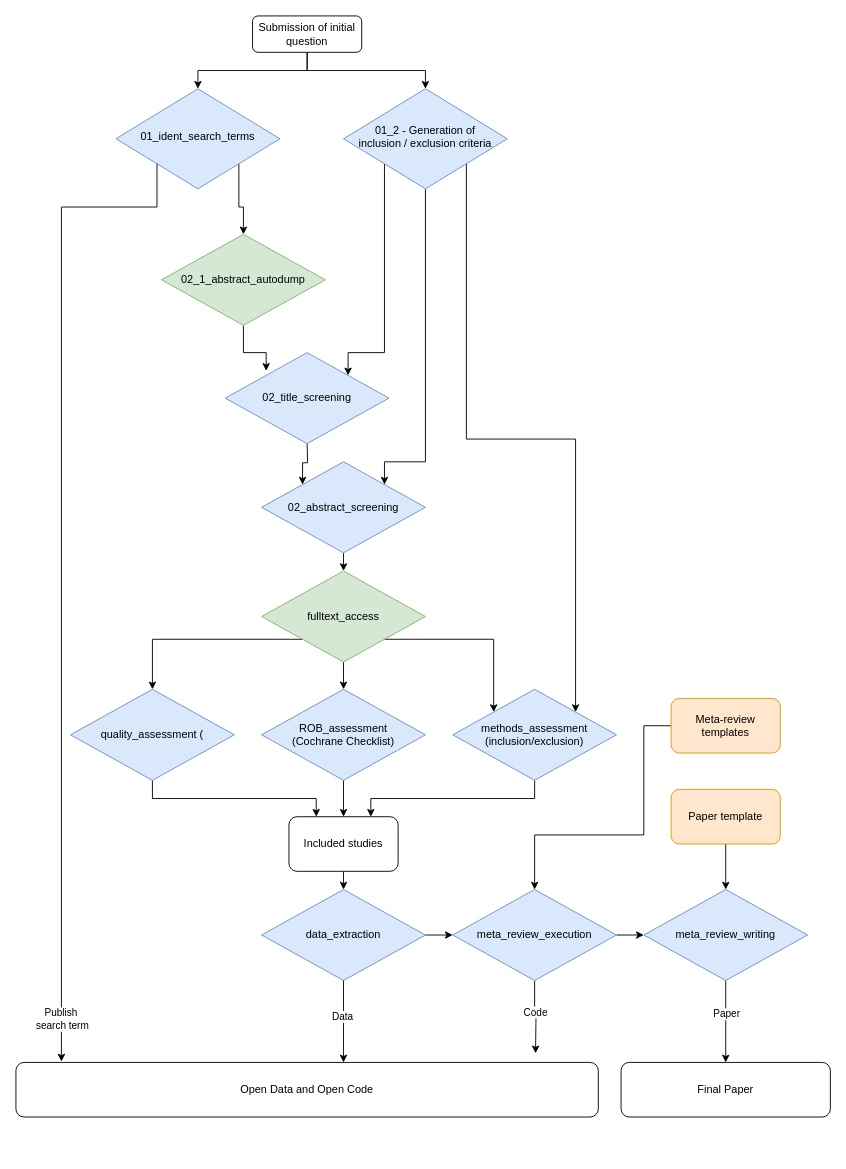
Above: Flowchart.drawio in StudentNOS/MA-LLM (draw.io), before the change. Source tidied: cells renumbered, new cells numbered last; positions are measured from the earlier drawing's top-left corner, leaving out a move shared by most shapes. Both pictures are drawn from the tidied source at 91%, with x=0, y=0 at pixel (15, 15).
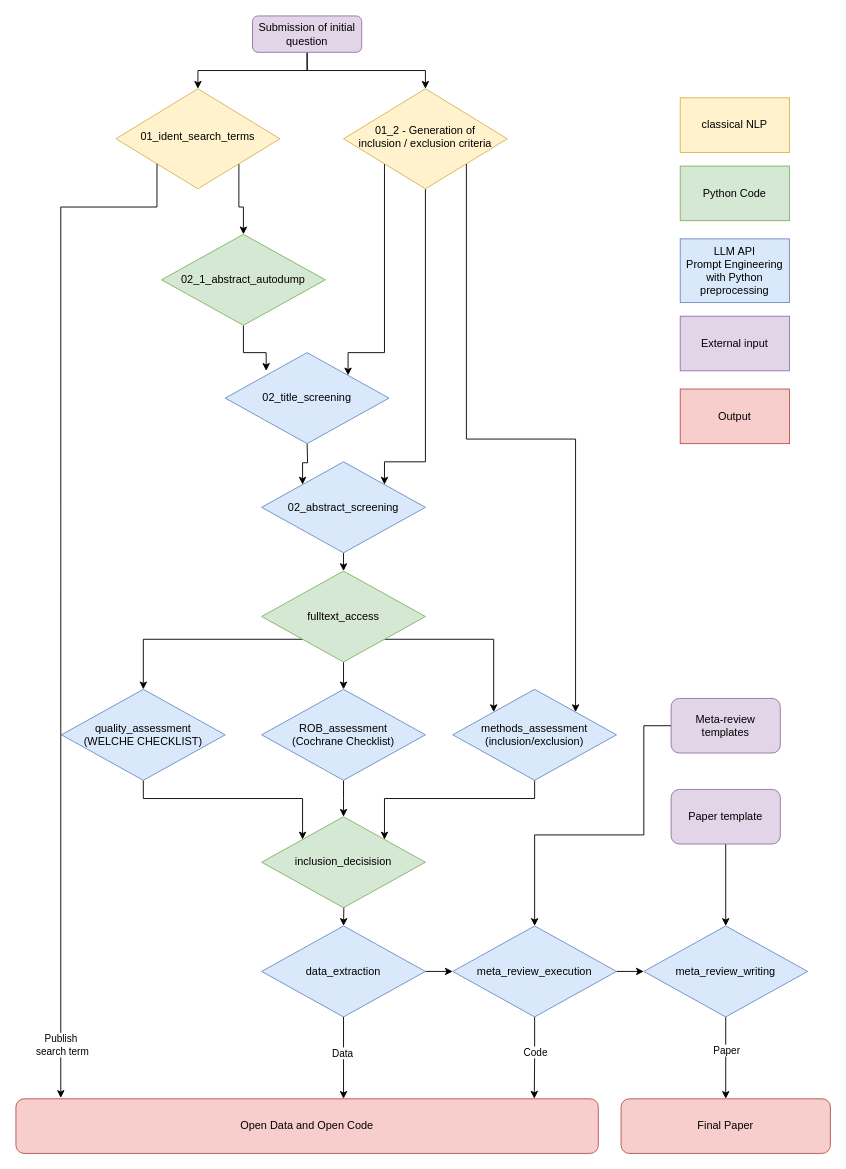
Above is the later version.

Unchanged cells that the change refers to:
```xml
<mxCell id="18" value="ROB_assessment &lt;br&gt;(Cochrane Checklist)" style="rhombus;whiteSpace=wrap;html=1;fillColor=#dae8fc;strokeColor=#6c8ebf;" parent="1" vertex="1">
  <mxGeometry x="270" y="740" width="180" height="100" as="geometry" />
</mxCell>
<mxCell id="26" value="methods_assessment&lt;br&gt;(inclusion/exclusion)" style="rhombus;whiteSpace=wrap;html=1;fillColor=#dae8fc;strokeColor=#6c8ebf;" parent="1" vertex="1">
  <mxGeometry x="480" y="740" width="180" height="100" as="geometry" />
</mxCell>
```

Change to the diagram source:
```diff
@@
-    <mxCell id="4" value="Submission of initial question" style="rounded=1;whiteSpace=wrap;html=1;fontSize=12;glass=0;strokeWidth=1;shadow=0;" parent="1" vertex="1">
+    <mxCell id="4" value="Submission of initial question" style="rounded=1;whiteSpace=wrap;html=1;fontSize=12;glass=0;strokeWidth=1;shadow=0;fillColor=#e1d5e7;strokeColor=#9673a6;" parent="1" vertex="1">
       <mxGeometry x="260" width="120" height="40" as="geometry" />
     </mxCell>
@@
-    <mxCell id="6" value="01_ident_search_terms" style="rhombus;whiteSpace=wrap;html=1;shadow=0;fontFamily=Helvetica;fontSize=12;align=center;strokeWidth=1;spacing=6;spacingTop=-4;fillColor=#dae8fc;strokeColor=#6c8ebf;" parent="1" vertex="1">
+    <mxCell id="6" value="01_ident_search_terms" style="rhombus;whiteSpace=wrap;html=1;shadow=0;fontFamily=Helvetica;fontSize=12;align=center;strokeWidth=1;spacing=6;spacingTop=-4;fillColor=#fff2cc;strokeColor=#d6b656;" parent="1" vertex="1">
       <mxGeometry x="110" y="80" width="180" height="110" as="geometry" />
     </mxCell>
@@
-    <mxCell id="10" value="01_2 - Generation of &lt;br&gt;inclusion / exclusion criteria" style="rhombus;whiteSpace=wrap;html=1;shadow=0;fontFamily=Helvetica;fontSize=12;align=center;strokeWidth=1;spacing=6;spacingTop=-4;fillColor=#dae8fc;strokeColor=#6c8ebf;" parent="1" vertex="1">
+    <mxCell id="10" value="01_2 - Generation of &lt;br&gt;inclusion / exclusion criteria" style="rhombus;whiteSpace=wrap;html=1;shadow=0;fontFamily=Helvetica;fontSize=12;align=center;strokeWidth=1;spacing=6;spacingTop=-4;fillColor=#fff2cc;strokeColor=#d6b656;" parent="1" vertex="1">
       <mxGeometry x="360" y="80" width="180" height="110" as="geometry" />
     </mxCell>
@@
-    <mxCell id="15" style="edgeStyle=orthogonalEdgeStyle;rounded=0;jettySize=auto;html=1;exitX=0.5;exitY=1;exitDx=0;exitDy=0;entryX=0.25;entryY=0;entryDx=0;entryDy=0;" parent="1" edge="1" source="16" target="28">
+    <mxCell id="15" style="edgeStyle=orthogonalEdgeStyle;rounded=0;jettySize=auto;html=1;exitX=0.5;exitY=1;exitDx=0;exitDy=0;entryX=0;entryY=0;entryDx=0;entryDy=0;" parent="1" edge="1" source="16" target="51">
       <mxGeometry relative="1" as="geometry" />
     </mxCell>
-    <mxCell id="16" value="quality_assessment (" style="rhombus;whiteSpace=wrap;html=1;fillColor=#dae8fc;strokeColor=#6c8ebf;" parent="1" vertex="1">
-      <mxGeometry x="60" y="740" width="180" height="100" as="geometry" />
+    <mxCell id="16" value="quality_assessment &lt;br&gt;(WELCHE CHECKLIST)" style="rhombus;whiteSpace=wrap;html=1;fillColor=#dae8fc;strokeColor=#6c8ebf;" parent="1" vertex="1">
+      <mxGeometry x="50" y="740" width="180" height="100" as="geometry" />
     </mxCell>
-    <mxCell id="17" style="edgeStyle=orthogonalEdgeStyle;rounded=0;jettySize=auto;html=1;exitX=0.5;exitY=1;exitDx=0;exitDy=0;entryX=0.5;entryY=0;entryDx=0;entryDy=0;" parent="1" edge="1" source="18" target="28">
-      <mxGeometry relative="1" as="geometry" />
+    <mxCell id="17" style="edgeStyle=orthogonalEdgeStyle;rounded=0;jettySize=auto;html=1;exitX=0.5;exitY=1;exitDx=0;exitDy=0;entryX=0.5;entryY=0;entryDx=0;entryDy=0;" parent="1" edge="1" source="18">
+      <mxGeometry relative="1" as="geometry">
+        <mxPoint x="360" y="880" as="targetPoint" />
+      </mxGeometry>
     </mxCell>
@@
-    <mxCell id="25" style="edgeStyle=orthogonalEdgeStyle;rounded=0;jettySize=auto;html=1;exitX=0.5;exitY=1;exitDx=0;exitDy=0;entryX=0.75;entryY=0;entryDx=0;entryDy=0;" parent="1" edge="1" source="26" target="28">
+    <mxCell id="25" style="edgeStyle=orthogonalEdgeStyle;rounded=0;jettySize=auto;html=1;exitX=0.5;exitY=1;exitDx=0;exitDy=0;entryX=1;entryY=0;entryDx=0;entryDy=0;" parent="1" edge="1" source="26" target="51">
       <mxGeometry relative="1" as="geometry" />
     </mxCell>
@@
-    <mxCell id="27" style="edgeStyle=orthogonalEdgeStyle;rounded=0;jettySize=auto;html=1;exitX=0.5;exitY=1;exitDx=0;exitDy=0;entryX=0.5;entryY=0;entryDx=0;entryDy=0;" parent="1" edge="1" source="28" target="30">
-      <mxGeometry relative="1" as="geometry" />
+    <mxCell id="27" style="edgeStyle=orthogonalEdgeStyle;rounded=0;jettySize=auto;html=1;exitX=0.5;exitY=1;exitDx=0;exitDy=0;entryX=0.5;entryY=0;entryDx=0;entryDy=0;" parent="1" edge="1" target="30">
+      <mxGeometry relative="1" as="geometry">
+        <mxPoint x="360" y="940" as="sourcePoint" />
+      </mxGeometry>
     </mxCell>
-    <mxCell id="28" value="Included studies" style="rounded=1;whiteSpace=wrap;html=1;" parent="1" vertex="1">
-      <mxGeometry x="300" y="880" width="120" height="60" as="geometry" />
-    </mxCell>
@@
     <mxCell id="30" value="data_extraction" style="rhombus;whiteSpace=wrap;html=1;fillColor=#dae8fc;strokeColor=#6c8ebf;" parent="1" vertex="1">
-      <mxGeometry x="270" y="960" width="180" height="100" as="geometry" />
+      <mxGeometry x="270" y="1000" width="180" height="100" as="geometry" />
     </mxCell>
@@
-    <mxCell id="32" style="edgeStyle=orthogonalEdgeStyle;rounded=0;jettySize=auto;html=1;exitX=0.5;exitY=1;exitDx=0;exitDy=0;" parent="1" edge="1" source="34">
-      <mxGeometry relative="1" as="geometry">
-        <mxPoint x="571" y="1140" as="targetPoint" />
-      </mxGeometry>
+    <mxCell id="32" style="edgeStyle=orthogonalEdgeStyle;rounded=0;jettySize=auto;html=1;exitX=0.5;exitY=1;exitDx=0;exitDy=0;entryX=0.89;entryY=-0.003;entryDx=0;entryDy=0;entryPerimeter=0;" parent="1" edge="1" source="34" target="43">
+      <mxGeometry relative="1" as="geometry" />
     </mxCell>
@@
     <mxCell id="34" value="meta_review_execution" style="rhombus;whiteSpace=wrap;html=1;fillColor=#dae8fc;strokeColor=#6c8ebf;" parent="1" vertex="1">
-      <mxGeometry x="480" y="960" width="180" height="100" as="geometry" />
+      <mxGeometry x="480" y="1000" width="180" height="100" as="geometry" />
     </mxCell>
@@
     <mxCell id="37" value="meta_review_writing" style="rhombus;whiteSpace=wrap;html=1;fillColor=#dae8fc;strokeColor=#6c8ebf;" parent="1" vertex="1">
-      <mxGeometry x="690" y="960" width="180" height="100" as="geometry" />
+      <mxGeometry x="690" y="1000" width="180" height="100" as="geometry" />
     </mxCell>
@@
-    <mxCell id="39" value="Meta-review templates" style="rounded=1;whiteSpace=wrap;html=1;fillColor=#ffe6cc;strokeColor=#d79b00;" parent="1" vertex="1">
+    <mxCell id="39" value="Meta-review templates" style="rounded=1;whiteSpace=wrap;html=1;fillColor=#e1d5e7;strokeColor=#9673a6;" parent="1" vertex="1">
       <mxGeometry x="720" y="750" width="120" height="60" as="geometry" />
     </mxCell>
@@
-    <mxCell id="41" value="Paper template" style="rounded=1;whiteSpace=wrap;html=1;fillColor=#ffe6cc;strokeColor=#d79b00;" parent="1" vertex="1">
+    <mxCell id="41" value="Paper template" style="rounded=1;whiteSpace=wrap;html=1;fillColor=#e1d5e7;strokeColor=#9673a6;" parent="1" vertex="1">
       <mxGeometry x="720" y="850" width="120" height="60" as="geometry" />
     </mxCell>
-    <mxCell id="42" value="Final Paper" style="rounded=1;whiteSpace=wrap;html=1;" parent="1" vertex="1">
-      <mxGeometry x="665" y="1150" width="230" height="60" as="geometry" />
+    <mxCell id="42" value="Final Paper" style="rounded=1;whiteSpace=wrap;html=1;fillColor=#f8cecc;strokeColor=#b85450;" parent="1" vertex="1">
+      <mxGeometry x="665" y="1190" width="230" height="60" as="geometry" />
     </mxCell>
-    <mxCell id="43" value="Open Data and Open Code" style="rounded=1;whiteSpace=wrap;html=1;" parent="1" vertex="1">
-      <mxGeometry y="1150" width="640" height="60" as="geometry" />
+    <mxCell id="43" value="Open Data and Open Code" style="rounded=1;whiteSpace=wrap;html=1;fillColor=#f8cecc;strokeColor=#b85450;" parent="1" vertex="1">
+      <mxGeometry y="1190" width="640" height="60" as="geometry" />
     </mxCell>
     <mxCell id="44" style="edgeStyle=orthogonalEdgeStyle;rounded=0;jettySize=auto;html=1;exitX=0.5;exitY=1;exitDx=0;exitDy=0;" parent="1" edge="1" source="30">
       <mxGeometry relative="1" as="geometry">
-        <mxPoint x="360" y="1150" as="targetPoint" />
+        <mxPoint x="360" y="1190" as="targetPoint" />
         <Array as="points">
-          <mxPoint x="360" y="1150" />
+          <mxPoint x="360" y="1190" />
         </Array>
       </mxGeometry>
     </mxCell>
@@
-    <mxCell id="46" style="edgeStyle=orthogonalEdgeStyle;rounded=0;jettySize=auto;html=1;exitX=0;exitY=1;exitDx=0;exitDy=0;" parent="1" edge="1" source="6">
+    <mxCell id="46" style="edgeStyle=orthogonalEdgeStyle;rounded=0;jettySize=auto;html=1;exitX=0;exitY=1;exitDx=0;exitDy=0;entryX=0.077;entryY=-0.017;entryDx=0;entryDy=0;entryPerimeter=0;" parent="1" edge="1" source="6" target="43">
       <mxGeometry relative="1" as="geometry">
-        <mxPoint x="50" y="1149" as="targetPoint" />
         <Array as="points">
           <mxPoint x="155" y="210" />
-          <mxPoint x="50" y="210" />
+          <mxPoint x="49" y="210" />
         </Array>
       </mxGeometry>
     </mxCell>
     <mxCell id="47" value="Publish&amp;nbsp;&lt;br&gt;search term" style="edgeLabel;html=1;align=center;verticalAlign=middle;" parent="46" vertex="1">
       <mxGeometry x="-0.59" y="4" relative="1" as="geometry">
-        <mxPoint x="-4" y="821" as="offset" />
+        <mxPoint x="-3" y="842" as="offset" />
       </mxGeometry>
     </mxCell>
+    <mxCell id="48" value="classical NLP" style="rounded=0;whiteSpace=wrap;html=1;fillColor=#fff2cc;strokeColor=#d6b656;" parent="1" vertex="1">
+      <mxGeometry x="730" y="90" width="120" height="60" as="geometry" />
+    </mxCell>
+    <mxCell id="49" value="Python Code" style="rounded=0;whiteSpace=wrap;html=1;fillColor=#d5e8d4;strokeColor=#82b366;" parent="1" vertex="1">
+      <mxGeometry x="730" y="165" width="120" height="60" as="geometry" />
+    </mxCell>
+    <mxCell id="50" value="LLM API&lt;br&gt;Prompt Engineering with Python preprocessing" style="rounded=0;whiteSpace=wrap;html=1;fillColor=#dae8fc;strokeColor=#6c8ebf;" parent="1" vertex="1">
+      <mxGeometry x="730" y="245" width="120" height="70" as="geometry" />
+    </mxCell>
+    <mxCell id="51" value="inclusion_decisision" style="rhombus;whiteSpace=wrap;html=1;fillColor=#d5e8d4;strokeColor=#82b366;" parent="1" vertex="1">
+      <mxGeometry x="270" y="880" width="180" height="100" as="geometry" />
+    </mxCell>
+    <mxCell id="52" value="External input" style="rounded=0;whiteSpace=wrap;html=1;fillColor=#e1d5e7;strokeColor=#9673a6;" parent="1" vertex="1">
+      <mxGeometry x="730" y="330" width="120" height="60" as="geometry" />
+    </mxCell>
+    <mxCell id="53" value="Output" style="rounded=0;whiteSpace=wrap;html=1;fillColor=#f8cecc;strokeColor=#b85450;" parent="1" vertex="1">
+      <mxGeometry x="730" y="410" width="120" height="60" as="geometry" />
+    </mxCell>
```
